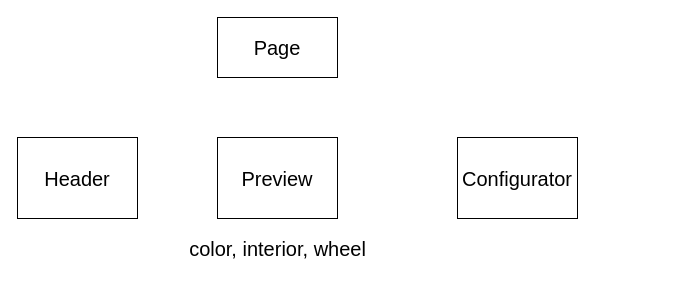
This is flow.drawio from gliese-sketch/fisker-next, a draw.io file, before an edit. Source tidied: cells renumbered, new cells numbered last; positions are measured from the earlier drawing's top-left corner, leaving out a move shared by most shapes. Both pictures are drawn from the tidied source at 100%, with x=0, y=0 at pixel (17, 17).
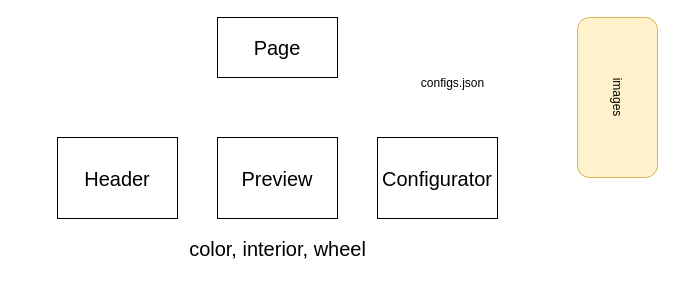
Above is the later version.

The edit, as a diff of the source:
```diff
@@
 <mxGraphModel>
   <root>
     <mxCell id="0" />
     <mxCell id="1" parent="0" />
     <mxCell id="2" value="&lt;font style=&quot;font-size: 20px;&quot;&gt;Page&lt;/font&gt;" style="rounded=0;whiteSpace=wrap;html=1;" parent="1" vertex="1">
       <mxGeometry x="200" width="120" height="60" as="geometry" />
     </mxCell>
     <mxCell id="3" value="&lt;font style=&quot;font-size: 20px;&quot;&gt;Header&lt;/font&gt;" style="rounded=0;whiteSpace=wrap;html=1;" parent="1" vertex="1">
-      <mxGeometry y="120" width="120" height="81" as="geometry" />
+      <mxGeometry x="40" y="120" width="120" height="81" as="geometry" />
     </mxCell>
     <mxCell id="4" value="&lt;font style=&quot;font-size: 20px;&quot;&gt;Preview&lt;/font&gt;" style="rounded=0;whiteSpace=wrap;html=1;" parent="1" vertex="1">
       <mxGeometry x="200" y="120" width="120" height="81" as="geometry" />
     </mxCell>
     <mxCell id="5" value="&lt;font style=&quot;font-size: 20px;&quot;&gt;Configurator&lt;/font&gt;" style="rounded=0;whiteSpace=wrap;html=1;" parent="1" vertex="1">
-      <mxGeometry x="440" y="120" width="120" height="81" as="geometry" />
+      <mxGeometry x="360" y="120" width="120" height="81" as="geometry" />
     </mxCell>
     <mxCell id="6" value="color, interior, wheel" style="text;html=1;align=center;verticalAlign=middle;strokeColor=none;fillColor=none;fontSize=20;" parent="1" vertex="1">
       <mxGeometry x="160" y="211" width="200" height="40" as="geometry" />
     </mxCell>
+    <mxCell id="7" value="images" style="rounded=1;whiteSpace=wrap;html=1;rotation=90;fillColor=#fff2cc;strokeColor=#d6b656;" parent="1" vertex="1">
+      <mxGeometry x="520" y="40" width="160" height="80" as="geometry" />
+    </mxCell>
+    <mxCell id="8" value="configs.json" style="text;html=1;align=center;verticalAlign=middle;strokeColor=none;fillColor=none;" parent="1" vertex="1">
+      <mxGeometry x="390" y="51" width="90" height="30" as="geometry" />
+    </mxCell>
   </root>
 </mxGraphModel>
```
